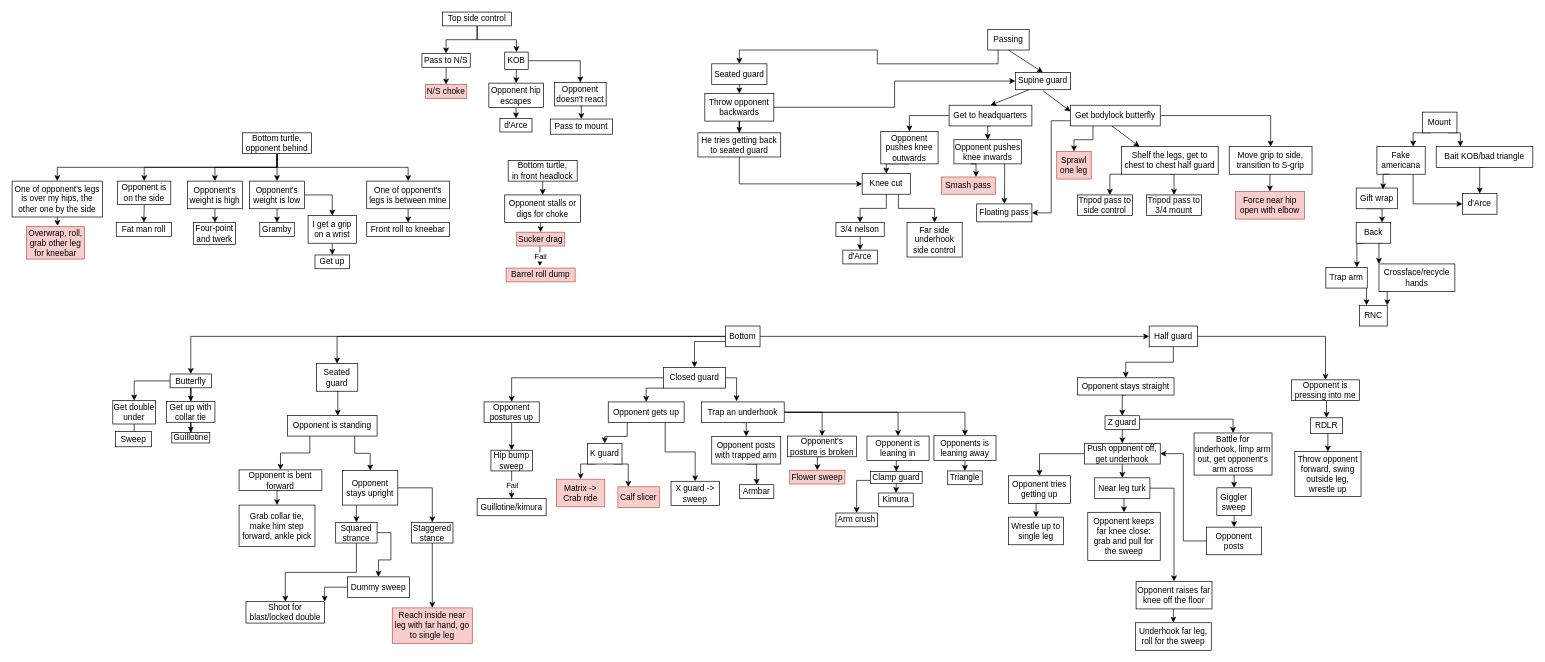
Bertrand31/BJJ-flowchart keeps this draw.io diagram as JJB.drawio. Above is the earlier version. Source tidied: cells renumbered, new cells numbered last; positions are measured from the earlier drawing's top-left corner, leaving out a move shared by most shapes. Both pictures are drawn from the tidied source at 69%, with x=0, y=0 at pixel (12, 12).
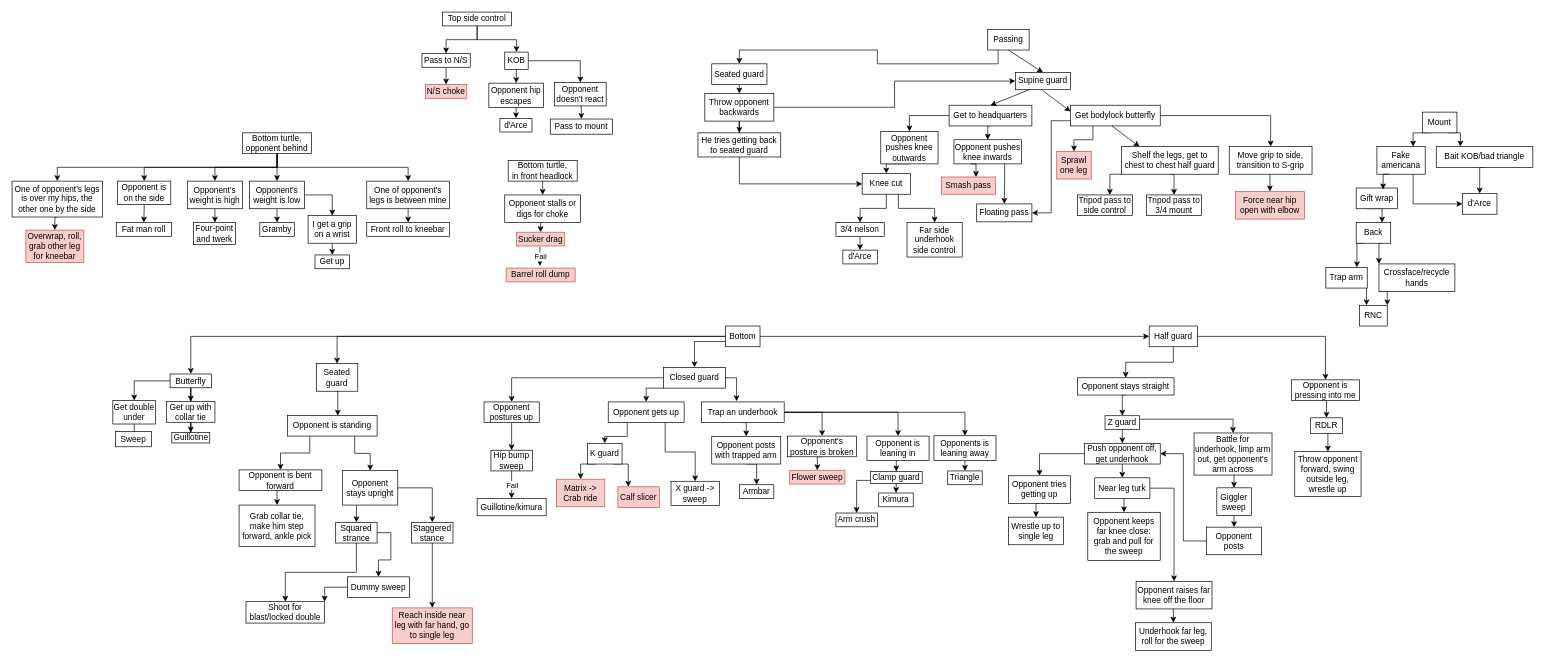
After the change.

Unchanged cells that the change refers to:
```xml
<mxCell id="207" value="One of opponent's legs is over my hips, the other one by the side" style="whiteSpace=wrap;html=1;" parent="1" vertex="1">
  <mxGeometry y="245" width="131" height="52" as="geometry" />
</mxCell>
```

What changed in the source:
```diff
@@
-    <mxCell id="206" style="edgeStyle=orthogonalEdgeStyle;rounded=0;jettySize=auto;html=1;exitX=0.5;exitY=1;exitDx=0;exitDy=0;" parent="1" edge="1" source="207">
-      <mxGeometry relative="1" as="geometry">
-        <mxPoint x="66" y="310" as="targetPoint" />
-      </mxGeometry>
-    </mxCell>
+    <mxCell id="219" style="edgeStyle=orthogonalEdgeStyle;rounded=0;jettySize=auto;html=1;exitX=0.5;exitY=1;exitDx=0;exitDy=0;entryX=0.5;entryY=0;entryDx=0;entryDy=0;" parent="1" edge="1" source="207" target="208">
+      <mxGeometry relative="1" as="geometry" />
+    </mxCell>
@@
     <mxCell id="208" value="Overwrap, roll, grab other leg for kneebar" style="whiteSpace=wrap;html=1;fillColor=#f8cecc;strokeColor=#b85450;" parent="1" vertex="1">
-      <mxGeometry x="21" y="311" width="84" height="47" as="geometry" />
+      <mxGeometry x="20" y="316" width="84" height="47" as="geometry" />
     </mxCell>
```
